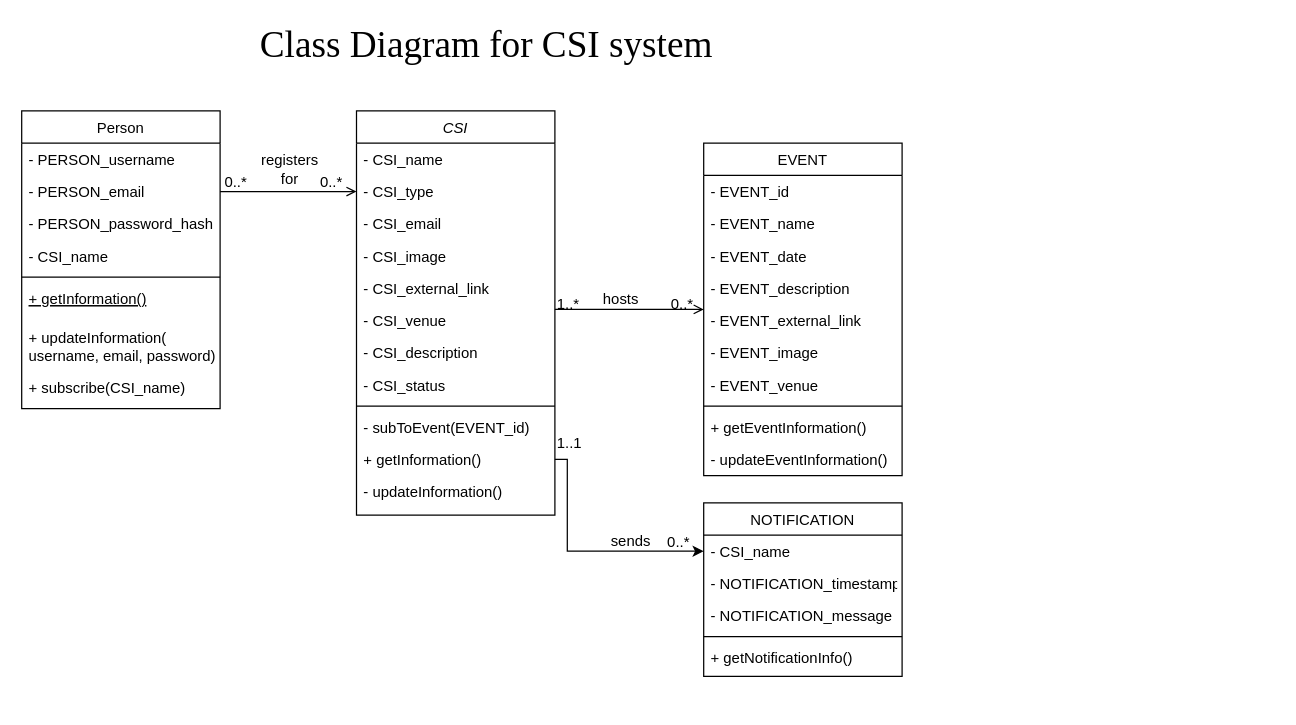
Makizoro/Overclock keeps this draw.io diagram as Diagrams/Class Diagram.drawio. Above is the earlier version. Source tidied: cells renumbered, new cells numbered last; positions are measured from the earlier drawing's top-left corner, leaving out a move shared by most shapes. Both pictures are drawn from the tidied source at 124%, with x=0, y=0 at pixel (21, 31).
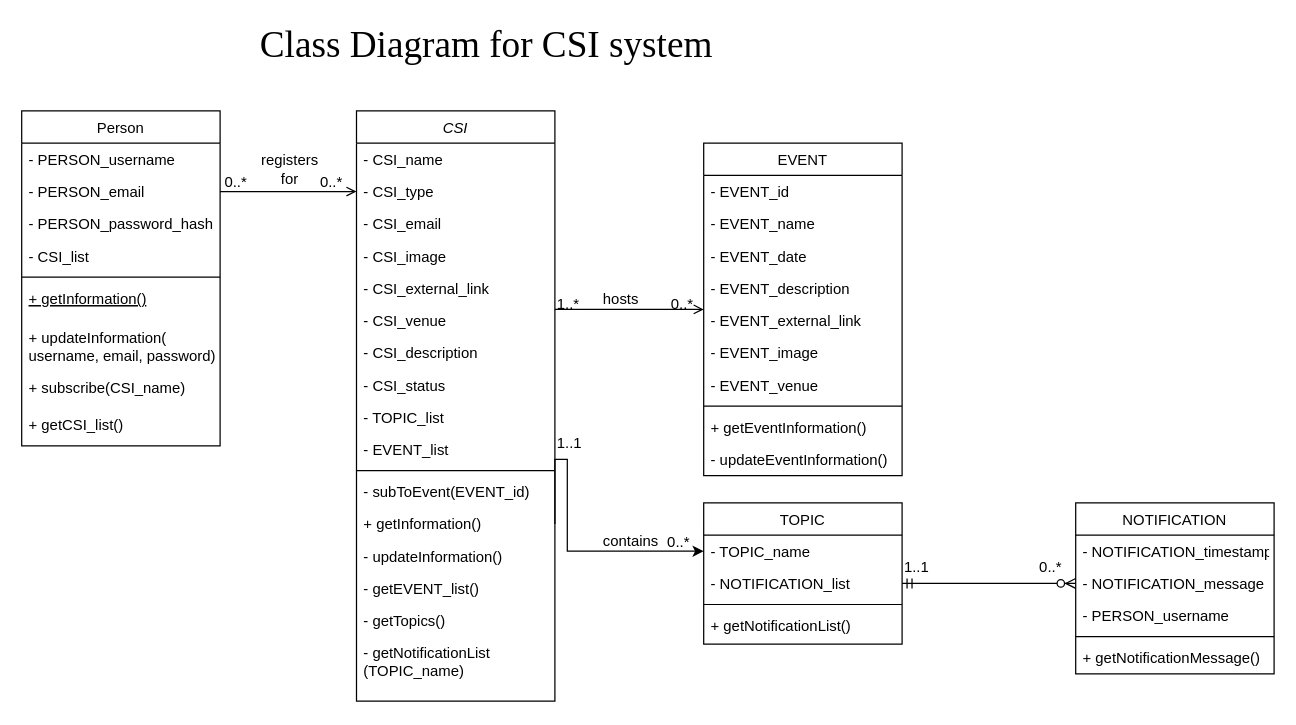
After the change.

The change refers to these unchanged cells:
```xml
<mxCell id="26" style="endArrow=open;shadow=0;strokeWidth=1;strokeColor=#000000;rounded=0;endFill=1;edgeStyle=elbowEdgeStyle;elbow=vertical;" parent="1" edge="1" source="2" target="15">
  <mxGeometry x="0.5" y="41" relative="1" as="geometry">
    <mxPoint x="-40" y="32" as="offset" />
  </mxGeometry>
</mxCell>
```

What changed in the source:
```diff
@@
     <mxCell id="2" value="CSI" style="swimlane;fontStyle=2;align=center;verticalAlign=top;horizontal=1;startSize=26;rounded=0;shadow=0;strokeWidth=1;" parent="1" vertex="1">
-      <mxGeometry x="270" y="64" width="160" height="326" as="geometry" />
+      <mxGeometry x="270" y="64" width="160" height="476" as="geometry" />
     </mxCell>
@@
+    <mxCell id="54" value="- TOPIC_list" style="text;align=left;verticalAlign=top;spacingLeft=4;spacingRight=4;overflow=hidden;rounded=0;shadow=0;html=0;" parent="2" vertex="1">
+      <mxGeometry y="234" width="160" height="26" as="geometry" />
+    </mxCell>
+    <mxCell id="55" value="- EVENT_list" style="text;align=left;verticalAlign=top;spacingLeft=4;spacingRight=4;overflow=hidden;rounded=0;shadow=0;html=0;" parent="2" vertex="1">
+      <mxGeometry y="260" width="160" height="26" as="geometry" />
+    </mxCell>
     <mxCell id="11" style="line;html=1;strokeWidth=1;align=left;verticalAlign=middle;spacingTop=-1;spacingLeft=3;spacingRight=3;labelPosition=right;" parent="2" vertex="1">
-      <mxGeometry y="234" width="160" height="8" as="geometry" />
+      <mxGeometry y="286" width="160" height="8" as="geometry" />
     </mxCell>
     <mxCell id="12" value="- subToEvent(EVENT_id)&#10;" style="text;align=left;verticalAlign=top;spacingLeft=4;spacingRight=4;overflow=hidden;" parent="2" vertex="1">
-      <mxGeometry y="242" width="160" height="26" as="geometry" />
+      <mxGeometry y="294" width="160" height="26" as="geometry" />
     </mxCell>
     <mxCell id="13" value="+ getInformation()&#10;" style="text;align=left;verticalAlign=top;spacingLeft=4;spacingRight=4;overflow=hidden;points=[[0,0.5],[1,0.5]];portConstraint=eastwest;fontStyle=0;" parent="2" vertex="1">
-      <mxGeometry y="268" width="160" height="26" as="geometry" />
+      <mxGeometry y="320" width="160" height="26" as="geometry" />
     </mxCell>
-    <mxCell id="14" value="- updateInformation()" style="text;align=left;verticalAlign=top;spacingLeft=4;spacingRight=4;overflow=hidden;fontStyle=0;" parent="2" vertex="1">
-      <mxGeometry y="294" width="160" height="26" as="geometry" />
+    <mxCell id="14" value="- updateInformation()&#10;" style="text;align=left;verticalAlign=top;spacingLeft=4;spacingRight=4;overflow=hidden;fontStyle=0;" parent="2" vertex="1">
+      <mxGeometry y="346" width="160" height="26" as="geometry" />
     </mxCell>
+    <mxCell id="56" value="- getEVENT_list()&#10;" style="text;align=left;verticalAlign=top;spacingLeft=4;spacingRight=4;overflow=hidden;fontStyle=0;" parent="2" vertex="1">
+      <mxGeometry y="372" width="160" height="26" as="geometry" />
+    </mxCell>
+    <mxCell id="57" value="- getTopics()" style="text;align=left;verticalAlign=top;spacingLeft=4;spacingRight=4;overflow=hidden;fontStyle=0;" parent="2" vertex="1">
+      <mxGeometry y="398" width="160" height="26" as="geometry" />
+    </mxCell>
+    <mxCell id="58" value="- getNotificationList&#10;(TOPIC_name)" style="text;align=left;verticalAlign=top;spacingLeft=4;spacingRight=4;overflow=hidden;fontStyle=0;" parent="2" vertex="1">
+      <mxGeometry y="424" width="160" height="52" as="geometry" />
+    </mxCell>
@@
-    <mxCell id="32" value="sends" style="text;html=1;align=center;verticalAlign=middle;labelBackgroundColor=none;rounded=0;shadow=0;strokeWidth=1;fontSize=12;" parent="26" vertex="1">
+    <mxCell id="32" value="contains" style="text;html=1;align=center;verticalAlign=middle;labelBackgroundColor=none;rounded=0;shadow=0;strokeWidth=1;fontSize=12;" parent="26" vertex="1">
       <mxGeometry x="0.5" y="49" relative="1" as="geometry">
         <mxPoint x="-30" y="235" as="offset" />
       </mxGeometry>
     </mxCell>
+    <mxCell id="59" value="1..1" style="align=left;verticalAlign=bottom;labelBackgroundColor=none;fontSize=12;" parent="26" vertex="1">
+      <mxGeometry x="-1" relative="1" as="geometry">
+        <mxPoint x="280" y="216" as="offset" />
+      </mxGeometry>
+    </mxCell>
+    <mxCell id="60" value="0..*" style="align=right;verticalAlign=bottom;labelBackgroundColor=none;fontSize=12;" parent="26" vertex="1">
+      <mxGeometry x="1" relative="1" as="geometry">
+        <mxPoint x="290" y="216" as="offset" />
+      </mxGeometry>
+    </mxCell>
     <mxCell id="33" value="Person" style="swimlane;fontStyle=0;align=center;verticalAlign=top;horizontal=1;startSize=26;rounded=0;shadow=0;strokeWidth=1;" parent="1" vertex="1">
-      <mxGeometry y="64" width="160" height="240" as="geometry" />
+      <mxGeometry y="64" width="160" height="270" as="geometry" />
     </mxCell>
@@
-    <mxCell id="37" value="- CSI_name" style="text;align=left;verticalAlign=top;spacingLeft=4;spacingRight=4;overflow=hidden;" parent="33" vertex="1">
+    <mxCell id="37" value="- CSI_list" style="text;align=left;verticalAlign=top;spacingLeft=4;spacingRight=4;overflow=hidden;" parent="33" vertex="1">
       <mxGeometry y="104" width="160" height="26" as="geometry" />
     </mxCell>
@@
+    <mxCell id="61" value="+ getCSI_list()" style="text;align=left;verticalAlign=top;spacingLeft=4;spacingRight=4;overflow=hidden;fontStyle=0;" parent="33" vertex="1">
+      <mxGeometry y="240" width="160" height="30" as="geometry" />
+    </mxCell>
@@
-    <mxCell id="46" value="NOTIFICATION" style="swimlane;fontStyle=0;align=center;verticalAlign=top;horizontal=1;startSize=26;rounded=0;shadow=0;strokeWidth=1;" parent="1" vertex="1">
-      <mxGeometry x="550" y="380" width="160" height="140" as="geometry" />
+    <mxCell id="46" value="TOPIC" style="swimlane;fontStyle=0;align=center;verticalAlign=top;horizontal=1;startSize=26;rounded=0;shadow=0;strokeWidth=1;" parent="1" vertex="1">
+      <mxGeometry x="550" y="380" width="160" height="114" as="geometry" />
     </mxCell>
-    <mxCell id="47" value="- CSI_name" style="text;align=left;verticalAlign=top;spacingLeft=4;spacingRight=4;overflow=hidden;points=[[0,0.5],[1,0.5]];portConstraint=eastwest;" parent="46" vertex="1">
-      <mxGeometry y="26" width="160" height="26" as="geometry" />
-    </mxCell>
-    <mxCell id="48" value="- NOTIFICATION_timestamp" style="text;align=left;verticalAlign=top;spacingLeft=4;spacingRight=4;overflow=hidden;rounded=0;shadow=0;html=0;" parent="46" vertex="1">
-      <mxGeometry y="52" width="160" height="26" as="geometry" />
+    <mxCell id="48" value="- TOPIC_name" style="text;align=left;verticalAlign=top;spacingLeft=4;spacingRight=4;overflow=hidden;rounded=0;shadow=0;html=0;" parent="46" vertex="1">
+      <mxGeometry y="26" width="160" height="26" as="geometry" />
     </mxCell>
-    <mxCell id="49" value="- NOTIFICATION_message" style="text;align=left;verticalAlign=top;spacingLeft=4;spacingRight=4;overflow=hidden;points=[[0,0.5],[1,0.5]];portConstraint=eastwest;rounded=0;shadow=0;html=0;" parent="46" vertex="1">
-      <mxGeometry y="78" width="160" height="26" as="geometry" />
+    <mxCell id="49" value="- NOTIFICATION_list" style="text;align=left;verticalAlign=top;spacingLeft=4;spacingRight=4;overflow=hidden;points=[[0,0.5],[1,0.5]];portConstraint=eastwest;rounded=0;shadow=0;html=0;" parent="46" vertex="1">
+      <mxGeometry y="52" width="160" height="26" as="geometry" />
     </mxCell>
     <mxCell id="50" style="line;html=1;strokeWidth=1;align=left;verticalAlign=middle;spacingTop=-1;spacingLeft=3;spacingRight=3;labelPosition=right;" parent="46" vertex="1">
-      <mxGeometry y="104" width="160" height="8" as="geometry" />
+      <mxGeometry y="78" width="160" height="8" as="geometry" />
     </mxCell>
-    <mxCell id="51" value="+ getNotificationInfo()" style="text;align=left;verticalAlign=top;spacingLeft=4;spacingRight=4;overflow=hidden;" parent="46" vertex="1">
-      <mxGeometry y="112" width="160" height="26" as="geometry" />
+    <mxCell id="51" value="+ getNotificationList()" style="text;align=left;verticalAlign=top;spacingLeft=4;spacingRight=4;overflow=hidden;" parent="46" vertex="1">
+      <mxGeometry y="86" width="160" height="26" as="geometry" />
     </mxCell>
-    <mxCell id="52" style="edgeStyle=orthogonalEdgeStyle;rounded=0;jettySize=auto;html=1;exitX=1;exitY=0.5;exitDx=0;exitDy=0;entryX=0;entryY=0.5;entryDx=0;entryDy=0;" parent="1" edge="1" source="13" target="47">
+    <mxCell id="52" style="edgeStyle=orthogonalEdgeStyle;rounded=0;jettySize=auto;html=1;exitX=1;exitY=0.5;exitDx=0;exitDy=0;entryX=0;entryY=0.5;entryDx=0;entryDy=0;" parent="1" edge="1" source="13">
       <mxGeometry relative="1" as="geometry">
+        <mxPoint x="550" y="419" as="targetPoint" />
         <Array as="points">
           <mxPoint x="440" y="345" />
           <mxPoint x="440" y="419" />
         </Array>
       </mxGeometry>
     </mxCell>
@@
+    <mxCell id="62" style="edgeStyle=orthogonalEdgeStyle;rounded=0;jumpSize=0;jettySize=auto;html=1;exitX=1;exitY=0.5;exitDx=0;exitDy=0;entryX=0;entryY=0.5;entryDx=0;entryDy=0;startArrow=ERmandOne;startFill=0;endArrow=ERzeroToMany;endFill=1;" parent="1" edge="1" source="49" target="65">
+      <mxGeometry relative="1" as="geometry" />
+    </mxCell>
+    <mxCell id="63" value="NOTIFICATION" style="swimlane;fontStyle=0;align=center;verticalAlign=top;horizontal=1;startSize=26;rounded=0;shadow=0;strokeWidth=1;" parent="1" vertex="1">
+      <mxGeometry x="850" y="380" width="160" height="138" as="geometry" />
+    </mxCell>
+    <mxCell id="64" value="- NOTIFICATION_timestamp" style="text;align=left;verticalAlign=top;spacingLeft=4;spacingRight=4;overflow=hidden;rounded=0;shadow=0;html=0;" parent="63" vertex="1">
+      <mxGeometry y="26" width="160" height="26" as="geometry" />
+    </mxCell>
+    <mxCell id="65" value="- NOTIFICATION_message" style="text;align=left;verticalAlign=top;spacingLeft=4;spacingRight=4;overflow=hidden;points=[[0,0.5],[1,0.5]];portConstraint=eastwest;rounded=0;shadow=0;html=0;" parent="63" vertex="1">
+      <mxGeometry y="52" width="160" height="26" as="geometry" />
+    </mxCell>
+    <mxCell id="66" value="- PERSON_username" style="text;align=left;verticalAlign=top;spacingLeft=4;spacingRight=4;overflow=hidden;rounded=0;shadow=0;html=0;" parent="63" vertex="1">
+      <mxGeometry y="78" width="160" height="26" as="geometry" />
+    </mxCell>
+    <mxCell id="67" style="line;html=1;strokeWidth=1;align=left;verticalAlign=middle;spacingTop=-1;spacingLeft=3;spacingRight=3;labelPosition=right;" parent="63" vertex="1">
+      <mxGeometry y="104" width="160" height="8" as="geometry" />
+    </mxCell>
+    <mxCell id="68" value="+ getNotificationMessage()" style="text;align=left;verticalAlign=top;spacingLeft=4;spacingRight=4;overflow=hidden;" parent="63" vertex="1">
+      <mxGeometry y="112" width="160" height="26" as="geometry" />
+    </mxCell>
```
